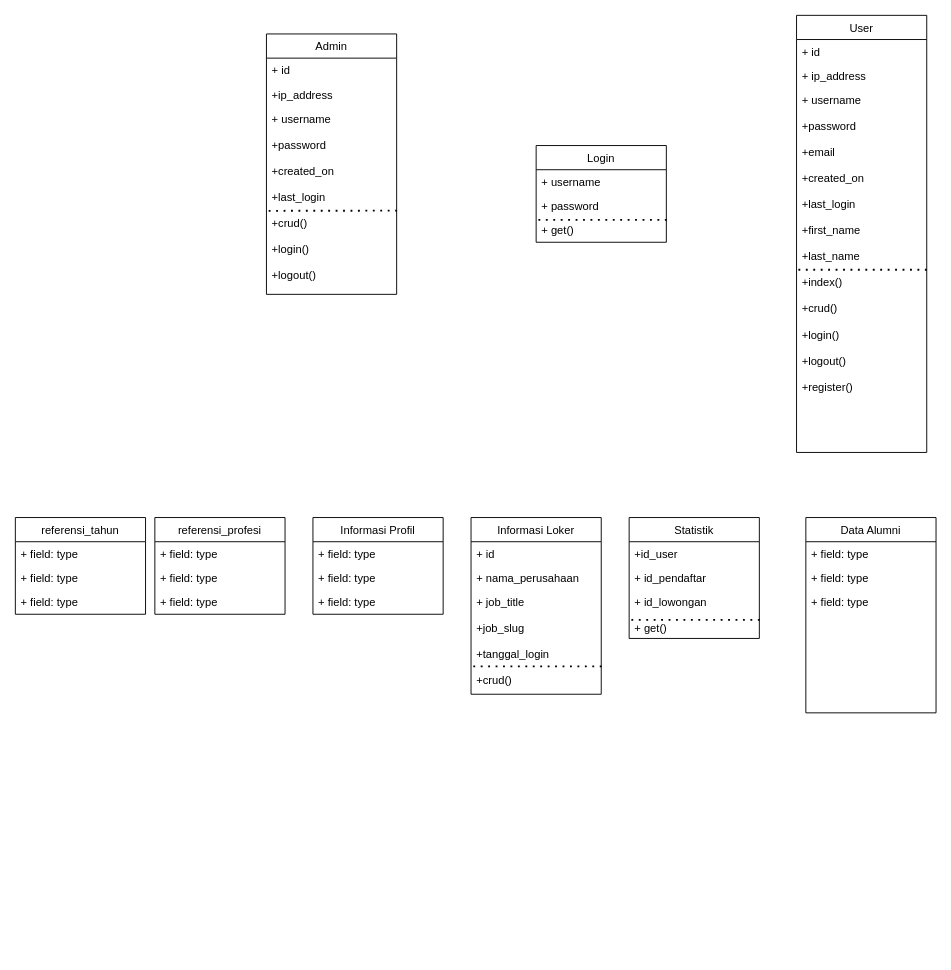
The draw.io diagram class diagram alumni.drawio in ratihpn99/tokoonline, before the edit. Source tidied: cells renumbered, new cells numbered last; positions are measured from the earlier drawing's top-left corner, leaving out a move shared by most shapes. Both pictures are drawn from the tidied source at 93%, with x=0, y=0 at pixel (15, 15).
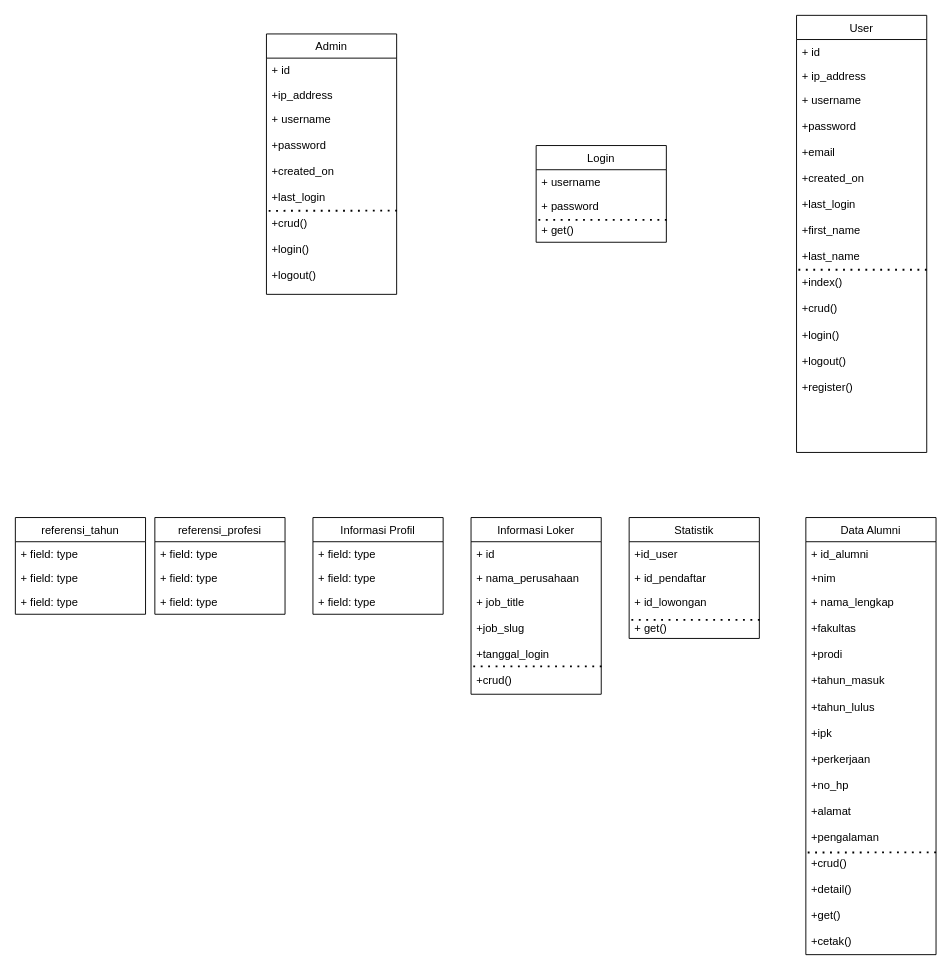
The same diagram, later.

What changed in the source:
```diff
@@
     <mxCell id="17" value="Data Alumni" style="swimlane;fontStyle=0;horizontal=1;startSize=26;fillColor=none;" parent="1" vertex="1">
-      <mxGeometry x="850" y="540" width="140" height="210" as="geometry" />
+      <mxGeometry x="850" y="540" width="140" height="470" as="geometry" />
     </mxCell>
-    <mxCell id="18" value="+ field: type" style="text;strokeColor=none;fillColor=none;align=left;verticalAlign=top;spacingLeft=4;spacingRight=4;overflow=hidden;" parent="17" vertex="1">
+    <mxCell id="18" value="+ id_alumni" style="text;strokeColor=none;fillColor=none;align=left;verticalAlign=top;spacingLeft=4;spacingRight=4;overflow=hidden;" parent="17" vertex="1">
       <mxGeometry y="26" width="140" height="26" as="geometry" />
     </mxCell>
-    <mxCell id="19" value="+ field: type" style="text;strokeColor=none;fillColor=none;align=left;verticalAlign=top;spacingLeft=4;spacingRight=4;overflow=hidden;" parent="17" vertex="1">
+    <mxCell id="19" value="+nim" style="text;strokeColor=none;fillColor=none;align=left;verticalAlign=top;spacingLeft=4;spacingRight=4;overflow=hidden;" parent="17" vertex="1">
       <mxGeometry y="52" width="140" height="26" as="geometry" />
     </mxCell>
-    <mxCell id="20" value="+ field: type" style="text;strokeColor=none;fillColor=none;align=left;verticalAlign=top;spacingLeft=4;spacingRight=4;overflow=hidden;" parent="17" vertex="1">
-      <mxGeometry y="78" width="140" height="132" as="geometry" />
+    <mxCell id="20" value="+ nama_lengkap&#10;&#10;+fakultas&#10;&#10;+prodi&#10;&#10;+tahun_masuk&#10;&#10;+tahun_lulus&#10;&#10;+ipk&#10;&#10;+perkerjaan&#10;&#10;+no_hp&#10;&#10;+alamat&#10;&#10;+pengalaman&#10;&#10;+crud()&#10;&#10;+detail()&#10;&#10;+get()&#10;&#10;+cetak()&#10;" style="text;strokeColor=none;fillColor=none;align=left;verticalAlign=top;spacingLeft=4;spacingRight=4;overflow=hidden;" parent="17" vertex="1">
+      <mxGeometry y="78" width="140" height="392" as="geometry" />
     </mxCell>
+    <mxCell id="43" style="endArrow=none;dashed=1;html=1;dashPattern=1 3;strokeWidth=2;rounded=0;exitX=1.003;exitY=1.071;exitDx=0;exitDy=0;exitPerimeter=0;" parent="17" edge="1">
+      <mxGeometry relative="1" as="geometry">
+        <mxPoint x="140" y="360" as="sourcePoint" />
+        <mxPoint x="-0.4" y="360.2" as="targetPoint" />
+      </mxGeometry>
+    </mxCell>
```
